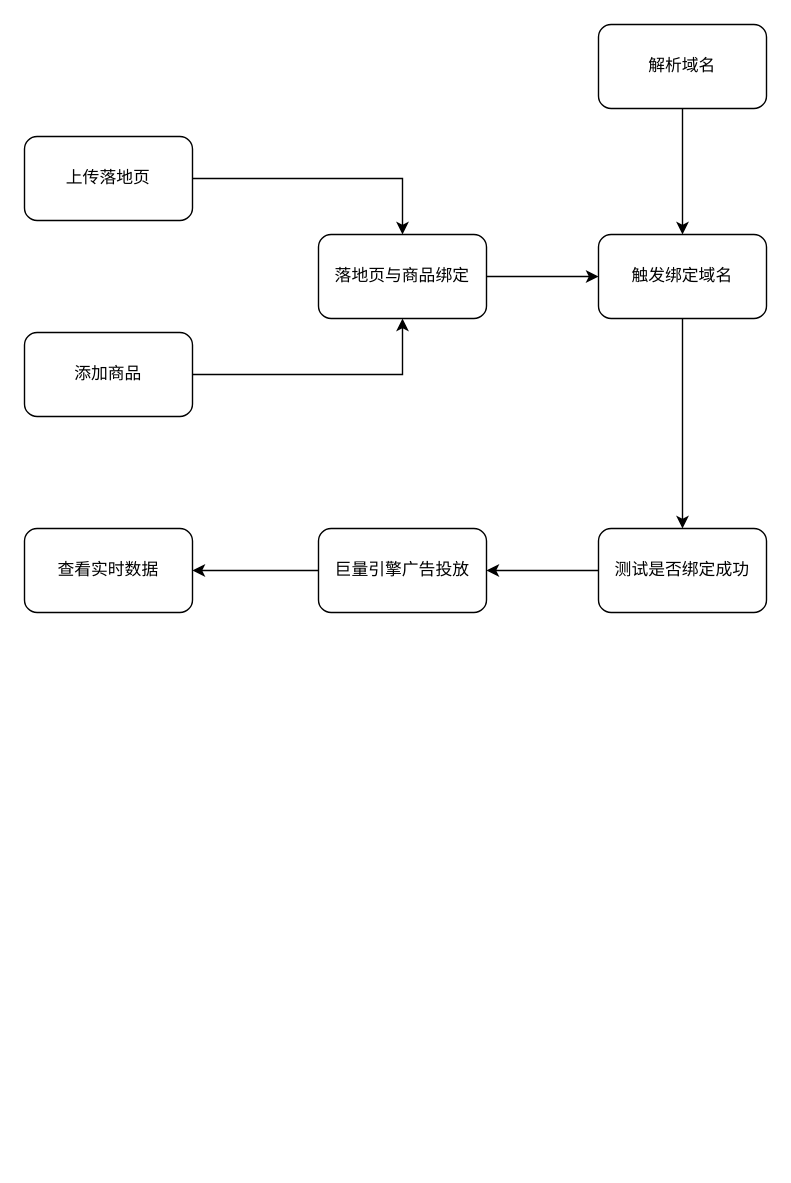
Above: cid流程.drawio in seehar/draw (draw.io), before the change. Source tidied: cells renumbered, new cells numbered last; positions are measured from the earlier drawing's top-left corner, leaving out a move shared by most shapes. Both pictures are drawn from the tidied source at 140%, with x=0, y=0 at pixel (24, 24).
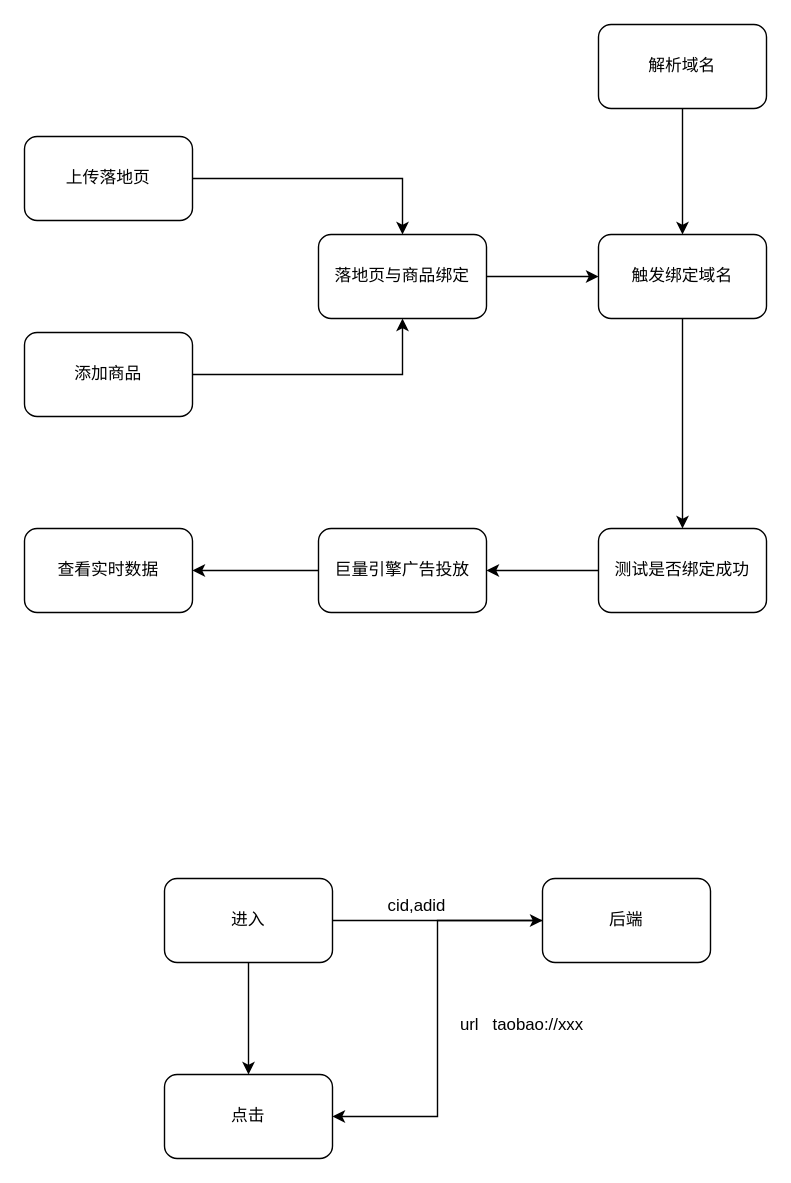
The same page after the edit.

Diff of the diagram source:
```diff
@@
+    <mxCell id="17" style="edgeStyle=orthogonalEdgeStyle;rounded=0;jettySize=auto;html=1;entryX=0;entryY=0.5;entryDx=0;entryDy=0;" parent="1" edge="1" source="19" target="21">
+      <mxGeometry relative="1" as="geometry" />
+    </mxCell>
+    <mxCell id="18" style="edgeStyle=orthogonalEdgeStyle;rounded=0;jettySize=auto;html=1;" parent="1" edge="1" source="19" target="23">
+      <mxGeometry relative="1" as="geometry" />
+    </mxCell>
+    <mxCell id="19" value="进入" style="rounded=1;whiteSpace=wrap;html=1;" parent="1" vertex="1">
+      <mxGeometry x="100" y="610" width="120" height="60" as="geometry" />
+    </mxCell>
+    <mxCell id="20" style="edgeStyle=orthogonalEdgeStyle;rounded=0;jettySize=auto;html=1;entryX=1;entryY=0.5;entryDx=0;entryDy=0;" parent="1" edge="1" source="21" target="23">
+      <mxGeometry relative="1" as="geometry" />
+    </mxCell>
+    <mxCell id="21" value="后端" style="rounded=1;whiteSpace=wrap;html=1;" parent="1" vertex="1">
+      <mxGeometry x="370" y="610" width="120" height="60" as="geometry" />
+    </mxCell>
+    <mxCell id="22" value="cid,adid" style="text;html=1;align=center;verticalAlign=middle;strokeColor=none;fillColor=none;" parent="1" vertex="1">
+      <mxGeometry x="250" y="615" width="60" height="30" as="geometry" />
+    </mxCell>
+    <mxCell id="23" value="点击" style="whiteSpace=wrap;html=1;rounded=1;" parent="1" vertex="1">
+      <mxGeometry x="100" y="750" width="120" height="60" as="geometry" />
+    </mxCell>
+    <mxCell id="24" value="url&amp;nbsp; &amp;nbsp;taobao://xxx" style="text;html=1;align=center;verticalAlign=middle;strokeColor=none;fillColor=none;" parent="1" vertex="1">
+      <mxGeometry x="300" y="700" width="110" height="30" as="geometry" />
+    </mxCell>
```
